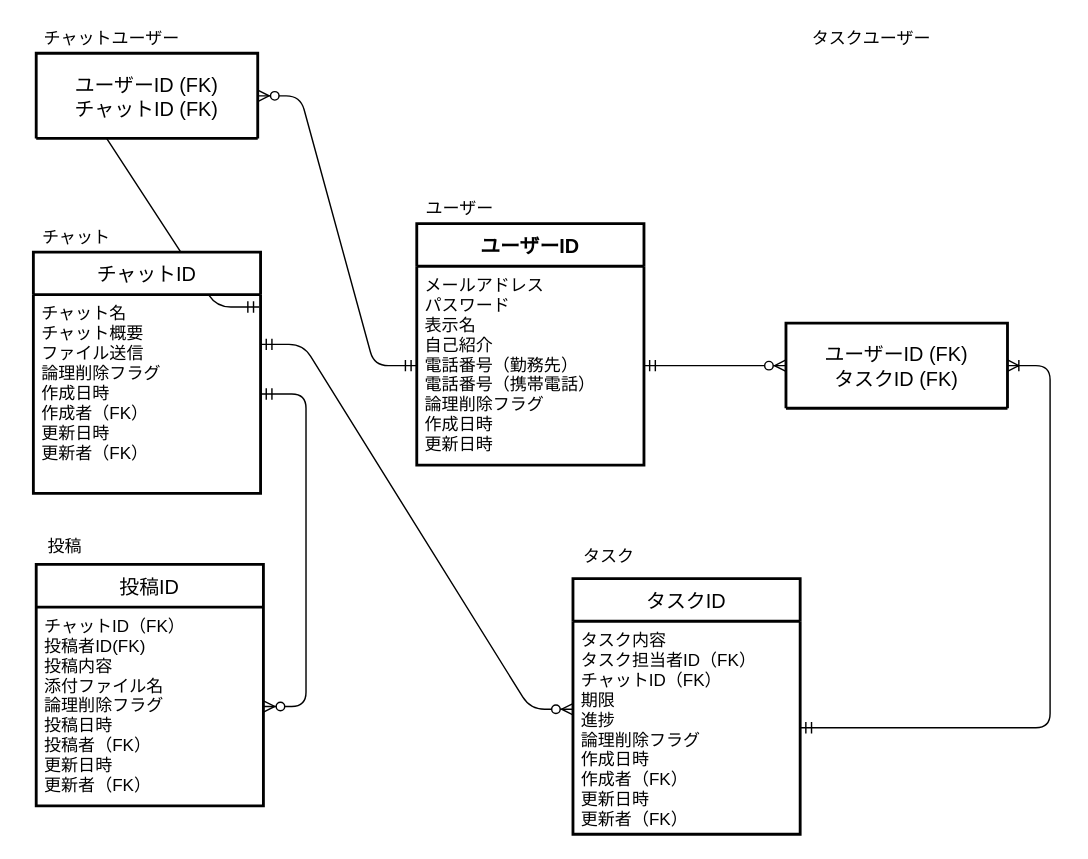
Before: db/db-challenge1/db-challenge1.drawio in labotinc/quelcode-db, a draw.io diagram. Source tidied: cells renumbered, new cells numbered last; positions are measured from the earlier drawing's top-left corner, leaving out a move shared by most shapes. Both pictures are drawn from the tidied source at 142%, with x=0, y=0 at pixel (33, 24).
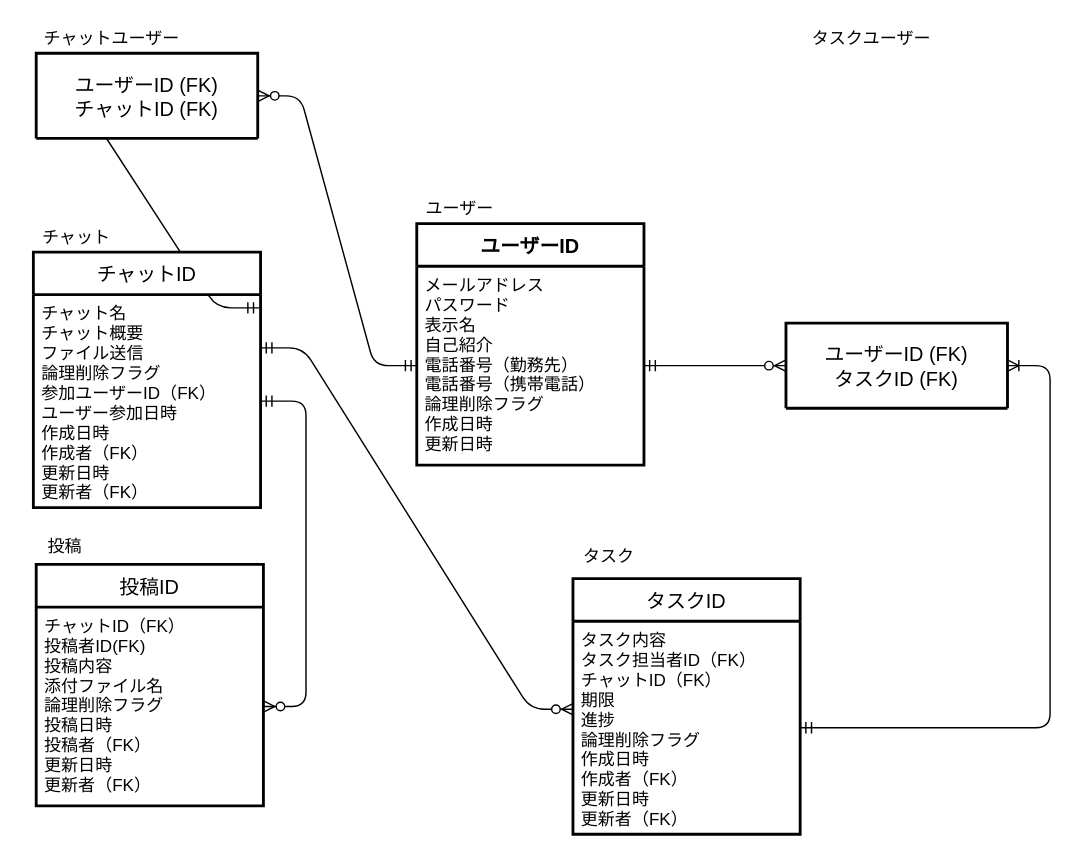
Above is the later version.

Commit message:
参加したユーザーとその日時がわかるように属性追加（チャット）

Change to the diagram source:
```diff
@@
     <mxCell id="6" value="チャットID" style="swimlane;horizontal=1;startSize=30;rounded=1;fontSize=14;fontStyle=0;strokeWidth=2;shadow=0;dashed=0;align=center;arcSize=0;" parent="1" vertex="1">
-      <mxGeometry y="160" width="160" height="170" as="geometry" />
+      <mxGeometry y="160" width="160" height="180" as="geometry" />
     </mxCell>
-    <mxCell id="7" value="チャット名&#10;チャット概要&#10;ファイル送信&#10;論理削除フラグ&#10;作成日時&#10;作成者（FK）&#10;更新日時&#10;更新者（FK）" style="align=left;strokeColor=none;fillColor=none;spacingLeft=4;fontSize=12;verticalAlign=top;" parent="6" vertex="1">
-      <mxGeometry y="30" width="160" height="140" as="geometry" />
+    <mxCell id="7" value="チャット名&#10;チャット概要&#10;ファイル送信&#10;論理削除フラグ&#10;参加ユーザーID（FK）&#10;ユーザー参加日時&#10;作成日時&#10;作成者（FK）&#10;更新日時&#10;更新者（FK）" style="align=left;strokeColor=none;fillColor=none;spacingLeft=4;fontSize=12;verticalAlign=top;" parent="6" vertex="1">
+      <mxGeometry y="30" width="160" height="150" as="geometry" />
     </mxCell>
```
